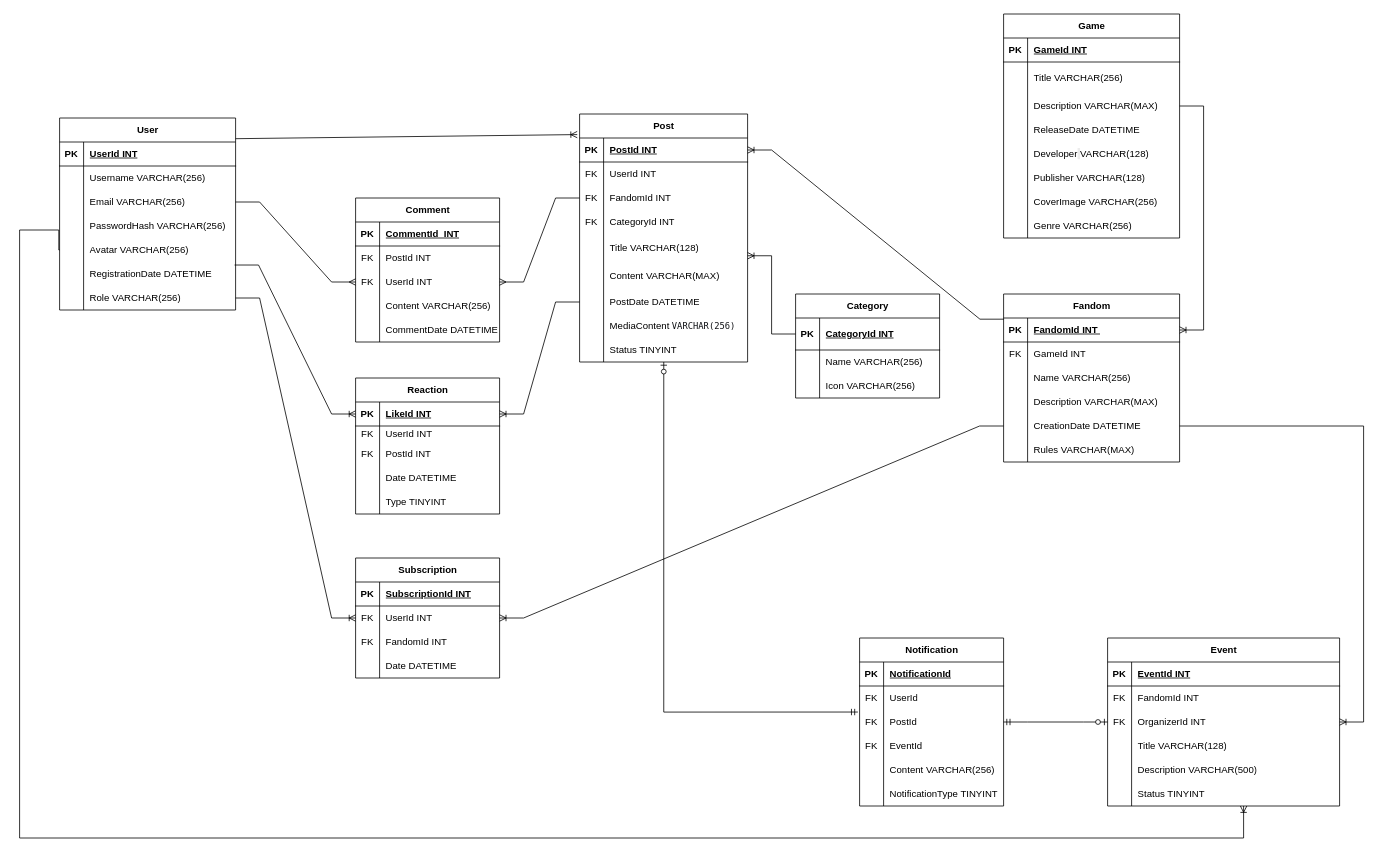
Above: FanHubDiagram.drawio in Kaskinji/FanHub (draw.io), before the change. Source tidied: cells renumbered, new cells numbered last; positions are measured from the earlier drawing's top-left corner, leaving out a move shared by most shapes. Both pictures are drawn from the tidied source at 80%, with x=0, y=0 at pixel (19, 14).
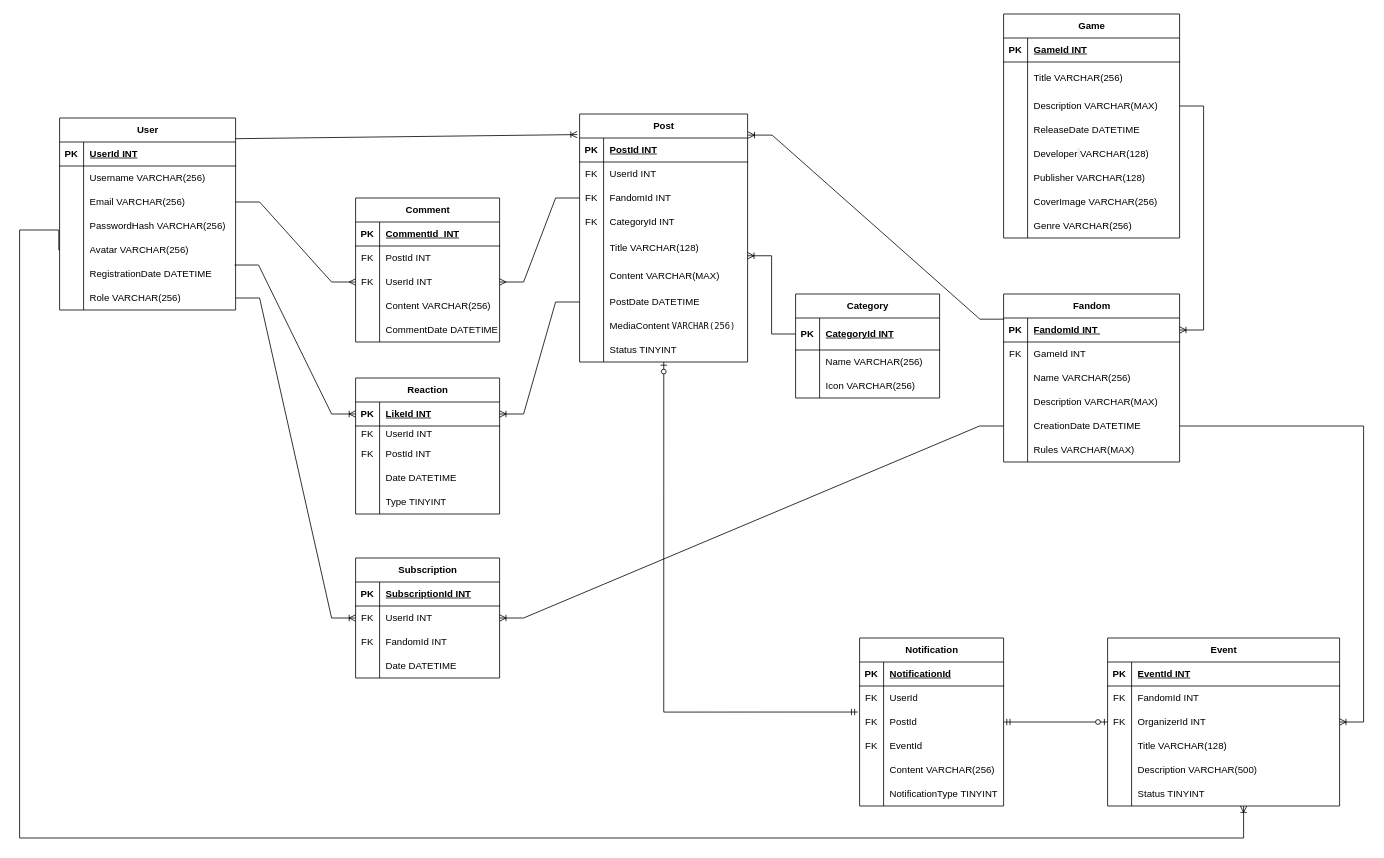
Above is the later version.

Unchanged cells that the change refers to:
```xml
<mxCell id="63" style="shape=tableRow;horizontal=0;startSize=0;swimlaneHead=0;swimlaneBody=0;fillColor=none;points=[[0,0.5],[1,0.5]];portConstraint=eastwest;top=0;left=0;right=0;bottom=1;" parent="62" vertex="1">
  <mxGeometry y="30" width="210" height="30" as="geometry" />
</mxCell>
<mxCell id="123" style="shape=tableRow;horizontal=0;startSize=0;swimlaneHead=0;swimlaneBody=0;fillColor=none;points=[[0,0.5],[1,0.5]];portConstraint=eastwest;top=0;left=0;right=0;bottom=1;" parent="122" vertex="1">
  <mxGeometry y="30" width="220" height="30" as="geometry" />
</mxCell>
```

Change to the diagram source:
```diff
@@
-    <mxCell id="178" style="edgeStyle=entityRelationEdgeStyle;fontSize=12;html=1;endArrow=ERoneToMany;rounded=0;exitX=0.002;exitY=0.049;exitDx=0;exitDy=0;entryX=1;entryY=0.5;entryDx=0;entryDy=0;exitPerimeter=0;" parent="1" edge="1" source="123" target="63">
+    <mxCell id="178" style="edgeStyle=entityRelationEdgeStyle;fontSize=12;html=1;endArrow=ERoneToMany;rounded=0;exitX=0.002;exitY=0.049;exitDx=0;exitDy=0;entryX=1.003;entryY=-0.121;entryDx=0;entryDy=0;exitPerimeter=0;entryPerimeter=0;" parent="1" edge="1" source="123" target="63">
       <mxGeometry relative="1" as="geometry" />
     </mxCell>
```
